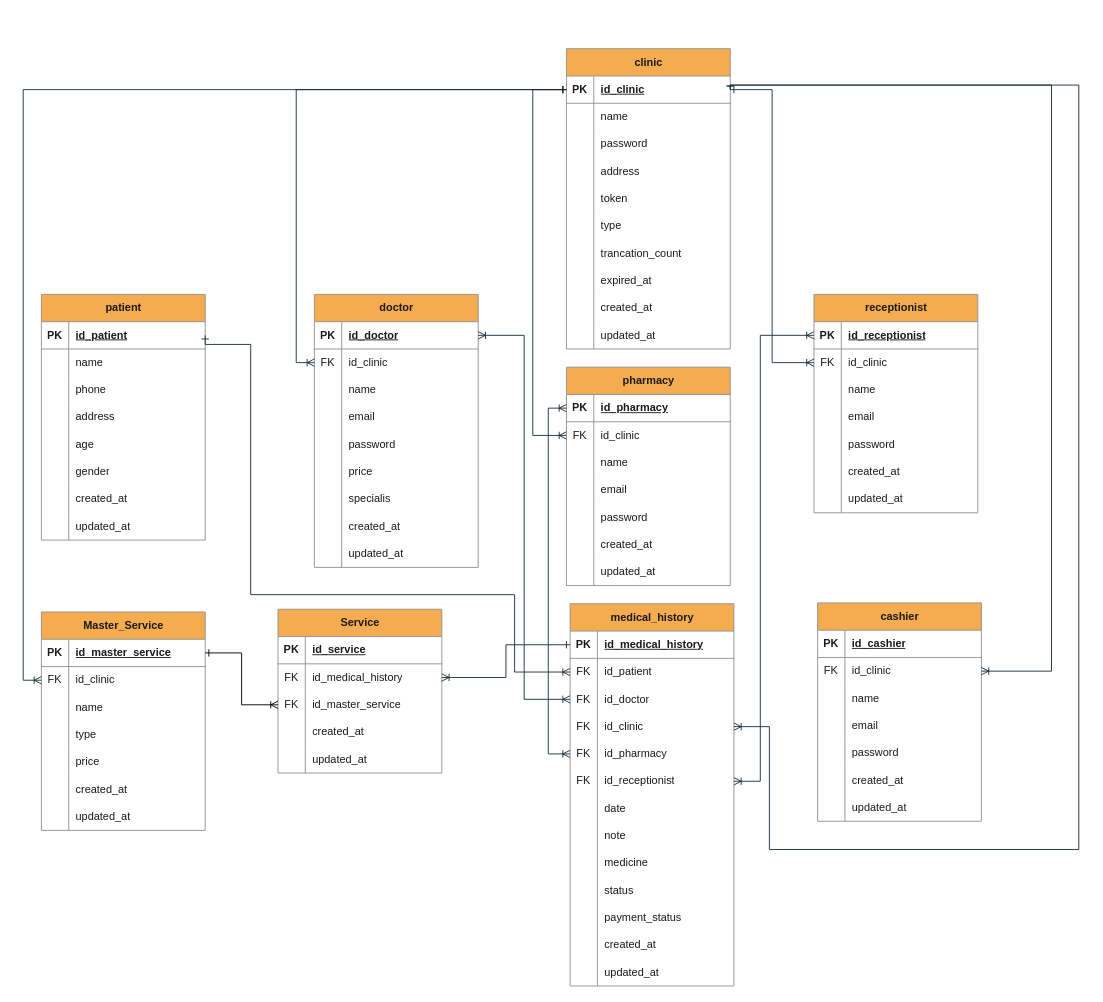
This is erd_klinik.drawio from rrahmatn/dfd_erd_uml, a draw.io file, before an edit. Source tidied: cells renumbered, new cells numbered last; positions are measured from the earlier drawing's top-left corner, leaving out a move shared by most shapes. Both pictures are drawn from the tidied source at 91%, with x=0, y=0 at pixel (41, 48).
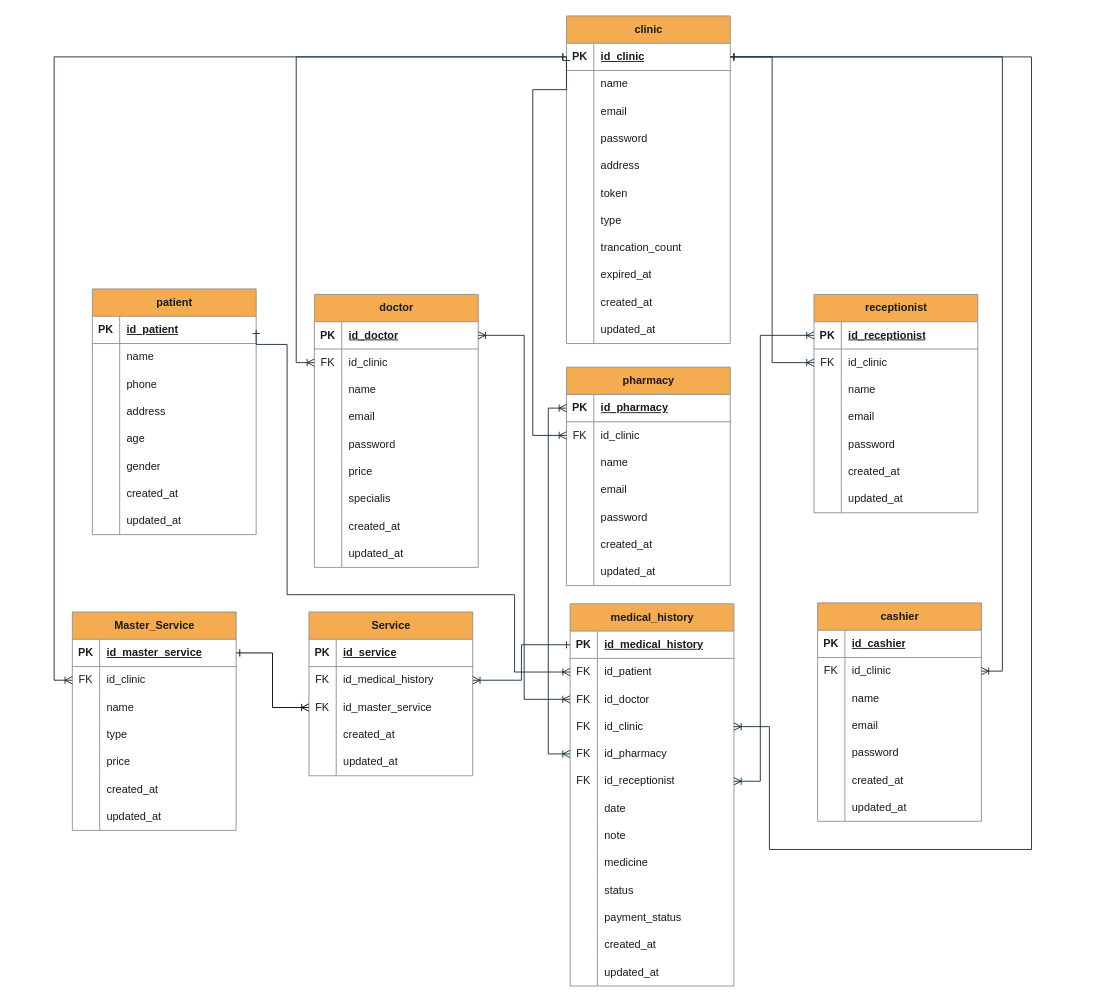
Above is the later version.

The change refers to these unchanged cells:
```xml
<mxCell id="3" style="shape=tableRow;horizontal=0;startSize=0;swimlaneHead=0;swimlaneBody=0;fillColor=none;points=[[0,0.5],[1,0.5]];portConstraint=eastwest;top=0;left=0;right=0;bottom=1;labelBackgroundColor=none;strokeColor=#909090;fontColor=#1A1A1A;" parent="2" vertex="1">
  <mxGeometry y="30" width="180" height="30" as="geometry" />
</mxCell>
<mxCell id="62" style="shape=tableRow;horizontal=0;startSize=0;swimlaneHead=0;swimlaneBody=0;fillColor=none;points=[[0,0.5],[1,0.5]];portConstraint=eastwest;top=0;left=0;right=0;bottom=1;labelBackgroundColor=none;strokeColor=#909090;fontColor=#1A1A1A;" parent="61" vertex="1">
  <mxGeometry y="30" width="180" height="30" as="geometry" />
</mxCell>
<mxCell id="90" style="shape=tableRow;horizontal=0;startSize=0;swimlaneHead=0;swimlaneBody=0;fillColor=none;points=[[0,0.5],[1,0.5]];portConstraint=eastwest;top=0;left=0;right=0;bottom=0;labelBackgroundColor=none;strokeColor=#909090;fontColor=#1A1A1A;" parent="86" vertex="1">
  <mxGeometry y="60" width="180" height="30" as="geometry" />
</mxCell>
<mxCell id="96" style="shape=tableRow;horizontal=0;startSize=0;swimlaneHead=0;swimlaneBody=0;fillColor=none;points=[[0,0.5],[1,0.5]];portConstraint=eastwest;top=0;left=0;right=0;bottom=0;labelBackgroundColor=none;strokeColor=#909090;fontColor=#1A1A1A;" parent="86" vertex="1">
  <mxGeometry y="120" width="180" height="30" as="geometry" />
</mxCell>
<mxCell id="222" style="shape=tableRow;horizontal=0;startSize=0;swimlaneHead=0;swimlaneBody=0;fillColor=none;points=[[0,0.5],[1,0.5]];portConstraint=eastwest;top=0;left=0;right=0;bottom=0;labelBackgroundColor=none;strokeColor=#909090;fontColor=#1A1A1A;" parent="218" vertex="1">
  <mxGeometry y="60" width="180" height="30" as="geometry" />
</mxCell>
```

Diff of the diagram source:
```diff
@@
     <mxCell id="2" value="clinic" style="shape=table;startSize=30;childLayout=tableLayout;rowLines=0;fontStyle=1;align=center;html=1;labelBackgroundColor=none;fillColor=#F5AB50;strokeColor=#909090;fontColor=#1A1A1A;" parent="1" vertex="1">
-      <mxGeometry x="577" width="180" height="330" as="geometry" />
+      <mxGeometry x="577" y="-36" width="180" height="360" as="geometry" />
     </mxCell>
@@
+    <mxCell id="242" style="shape=tableRow;horizontal=0;startSize=0;swimlaneHead=0;swimlaneBody=0;fillColor=none;top=0;left=0;right=0;bottom=0;labelBackgroundColor=none;strokeColor=#909090;fontColor=#1A1A1A;" parent="2" vertex="1">
+      <mxGeometry y="90" width="180" height="30" as="geometry" />
+    </mxCell>
+    <mxCell id="243" style="shape=partialRectangle;fillColor=none;top=0;left=0;bottom=0;right=0;overflow=hidden;whiteSpace=wrap;html=1;labelBackgroundColor=none;strokeColor=#909090;fontColor=#1A1A1A;" parent="242" vertex="1">
+      <mxGeometry width="30" height="30" as="geometry" />
+    </mxCell>
+    <mxCell id="244" value="email" style="shape=partialRectangle;fillColor=none;top=0;left=0;bottom=0;right=0;align=left;spacingLeft=6;overflow=hidden;whiteSpace=wrap;html=1;labelBackgroundColor=none;strokeColor=#909090;fontColor=#1A1A1A;" parent="242" vertex="1">
+      <mxGeometry x="30" width="150" height="30" as="geometry" />
+    </mxCell>
     <mxCell id="9" style="shape=tableRow;horizontal=0;startSize=0;swimlaneHead=0;swimlaneBody=0;fillColor=none;top=0;left=0;right=0;bottom=0;labelBackgroundColor=none;strokeColor=#909090;fontColor=#1A1A1A;" parent="2" vertex="1">
-      <mxGeometry y="90" width="180" height="30" as="geometry" />
+      <mxGeometry y="120" width="180" height="30" as="geometry" />
     </mxCell>
@@
     <mxCell id="12" style="shape=tableRow;horizontal=0;startSize=0;swimlaneHead=0;swimlaneBody=0;fillColor=none;top=0;left=0;right=0;bottom=0;labelBackgroundColor=none;strokeColor=#909090;fontColor=#1A1A1A;" parent="2" vertex="1">
-      <mxGeometry y="120" width="180" height="30" as="geometry" />
+      <mxGeometry y="150" width="180" height="30" as="geometry" />
     </mxCell>
@@
     <mxCell id="15" style="shape=tableRow;horizontal=0;startSize=0;swimlaneHead=0;swimlaneBody=0;fillColor=none;top=0;left=0;right=0;bottom=0;labelBackgroundColor=none;strokeColor=#909090;fontColor=#1A1A1A;" parent="2" vertex="1">
-      <mxGeometry y="150" width="180" height="30" as="geometry" />
+      <mxGeometry y="180" width="180" height="30" as="geometry" />
     </mxCell>
@@
     <mxCell id="18" style="shape=tableRow;horizontal=0;startSize=0;swimlaneHead=0;swimlaneBody=0;fillColor=none;top=0;left=0;right=0;bottom=0;labelBackgroundColor=none;strokeColor=#909090;fontColor=#1A1A1A;" parent="2" vertex="1">
-      <mxGeometry y="180" width="180" height="30" as="geometry" />
+      <mxGeometry y="210" width="180" height="30" as="geometry" />
     </mxCell>
@@
     <mxCell id="21" style="shape=tableRow;horizontal=0;startSize=0;swimlaneHead=0;swimlaneBody=0;fillColor=none;top=0;left=0;right=0;bottom=0;labelBackgroundColor=none;strokeColor=#909090;fontColor=#1A1A1A;" parent="2" vertex="1">
-      <mxGeometry y="210" width="180" height="30" as="geometry" />
+      <mxGeometry y="240" width="180" height="30" as="geometry" />
     </mxCell>
@@
     <mxCell id="24" style="shape=tableRow;horizontal=0;startSize=0;swimlaneHead=0;swimlaneBody=0;fillColor=none;top=0;left=0;right=0;bottom=0;labelBackgroundColor=none;strokeColor=#909090;fontColor=#1A1A1A;" parent="2" vertex="1">
-      <mxGeometry y="240" width="180" height="30" as="geometry" />
+      <mxGeometry y="270" width="180" height="30" as="geometry" />
     </mxCell>
@@
     <mxCell id="27" style="shape=tableRow;horizontal=0;startSize=0;swimlaneHead=0;swimlaneBody=0;fillColor=none;top=0;left=0;right=0;bottom=0;labelBackgroundColor=none;strokeColor=#909090;fontColor=#1A1A1A;" parent="2" vertex="1">
-      <mxGeometry y="270" width="180" height="30" as="geometry" />
+      <mxGeometry y="300" width="180" height="30" as="geometry" />
     </mxCell>
@@
     <mxCell id="30" style="shape=tableRow;horizontal=0;startSize=0;swimlaneHead=0;swimlaneBody=0;fillColor=none;top=0;left=0;right=0;bottom=0;labelBackgroundColor=none;strokeColor=#909090;fontColor=#1A1A1A;" parent="2" vertex="1">
-      <mxGeometry y="300" width="180" height="30" as="geometry" />
+      <mxGeometry y="330" width="180" height="30" as="geometry" />
     </mxCell>
@@
     <mxCell id="61" value="patient" style="shape=table;startSize=30;childLayout=tableLayout;rowLines=0;fontStyle=1;align=center;html=1;labelBackgroundColor=none;fillColor=#F5AB50;strokeColor=#909090;fontColor=#1A1A1A;" parent="1" vertex="1">
-      <mxGeometry y="270" width="180" height="270" as="geometry" />
+      <mxGeometry x="56" y="264" width="180" height="270" as="geometry" />
     </mxCell>
@@
     <mxCell id="175" style="edgeStyle=orthogonalEdgeStyle;rounded=0;jettySize=auto;html=1;exitX=1;exitY=0.5;exitDx=0;exitDy=0;entryX=0;entryY=0.5;entryDx=0;entryDy=0;endArrow=ERoneToMany;endFill=0;startArrow=ERone;startFill=0;labelBackgroundColor=none;strokeColor=#182E3E;fontColor=default;" parent="1" edge="1" source="62" target="90">
       <mxGeometry relative="1" as="geometry">
         <Array as="points">
-          <mxPoint x="230" y="325" />
-          <mxPoint x="230" y="600" />
+          <mxPoint x="236" y="325" />
+          <mxPoint x="270" y="325" />
+          <mxPoint x="270" y="600" />
           <mxPoint x="520" y="600" />
           <mxPoint x="520" y="685" />
         </Array>
       </mxGeometry>
     </mxCell>
@@
     <mxCell id="177" style="edgeStyle=orthogonalEdgeStyle;rounded=0;jettySize=auto;html=1;entryX=1;entryY=0.5;entryDx=0;entryDy=0;endArrow=ERoneToMany;endFill=0;startArrow=ERone;startFill=0;exitX=1;exitY=0.5;exitDx=0;exitDy=0;labelBackgroundColor=none;strokeColor=#182E3E;fontColor=default;" parent="1" edge="1" source="3" target="96">
       <mxGeometry relative="1" as="geometry">
         <Array as="points">
-          <mxPoint x="757" y="40" />
-          <mxPoint x="1140" y="40" />
-          <mxPoint x="1140" y="880" />
+          <mxPoint x="1088" y="9" />
+          <mxPoint x="1088" y="880" />
           <mxPoint x="800" y="880" />
           <mxPoint x="800" y="745" />
         </Array>
       </mxGeometry>
     </mxCell>
     <mxCell id="178" value="Master_Service" style="shape=table;startSize=30;childLayout=tableLayout;rowLines=0;fontStyle=1;align=center;html=1;labelBackgroundColor=none;fillColor=#F5AB50;strokeColor=#909090;fontColor=#1A1A1A;" parent="1" vertex="1">
-      <mxGeometry y="619" width="180" height="240" as="geometry" />
+      <mxGeometry x="34" y="619" width="180" height="240" as="geometry" />
     </mxCell>
@@
     <mxCell id="200" value="Service" style="shape=table;startSize=30;childLayout=tableLayout;rowLines=0;fontStyle=1;align=center;html=1;labelBackgroundColor=none;fillColor=#F5AB50;strokeColor=#909090;fontColor=#1A1A1A;" parent="1" vertex="1">
-      <mxGeometry x="260" y="616" width="180" height="180" as="geometry" />
+      <mxGeometry x="294" y="619" width="180" height="180" as="geometry" />
     </mxCell>
@@
     <mxCell id="240" style="edgeStyle=orthogonalEdgeStyle;rounded=0;jettySize=auto;html=1;exitX=1;exitY=0.5;exitDx=0;exitDy=0;entryX=1;entryY=0.5;entryDx=0;entryDy=0;endArrow=ERoneToMany;endFill=0;startArrow=ERone;startFill=0;labelBackgroundColor=none;strokeColor=#182E3E;fontColor=default;" parent="1" edge="1" source="3" target="222">
       <mxGeometry relative="1" as="geometry">
         <Array as="points">
-          <mxPoint x="757" y="40" />
-          <mxPoint x="1110" y="40" />
-          <mxPoint x="1110" y="684" />
+          <mxPoint x="1056" y="9" />
+          <mxPoint x="1056" y="684" />
         </Array>
       </mxGeometry>
     </mxCell>
```
